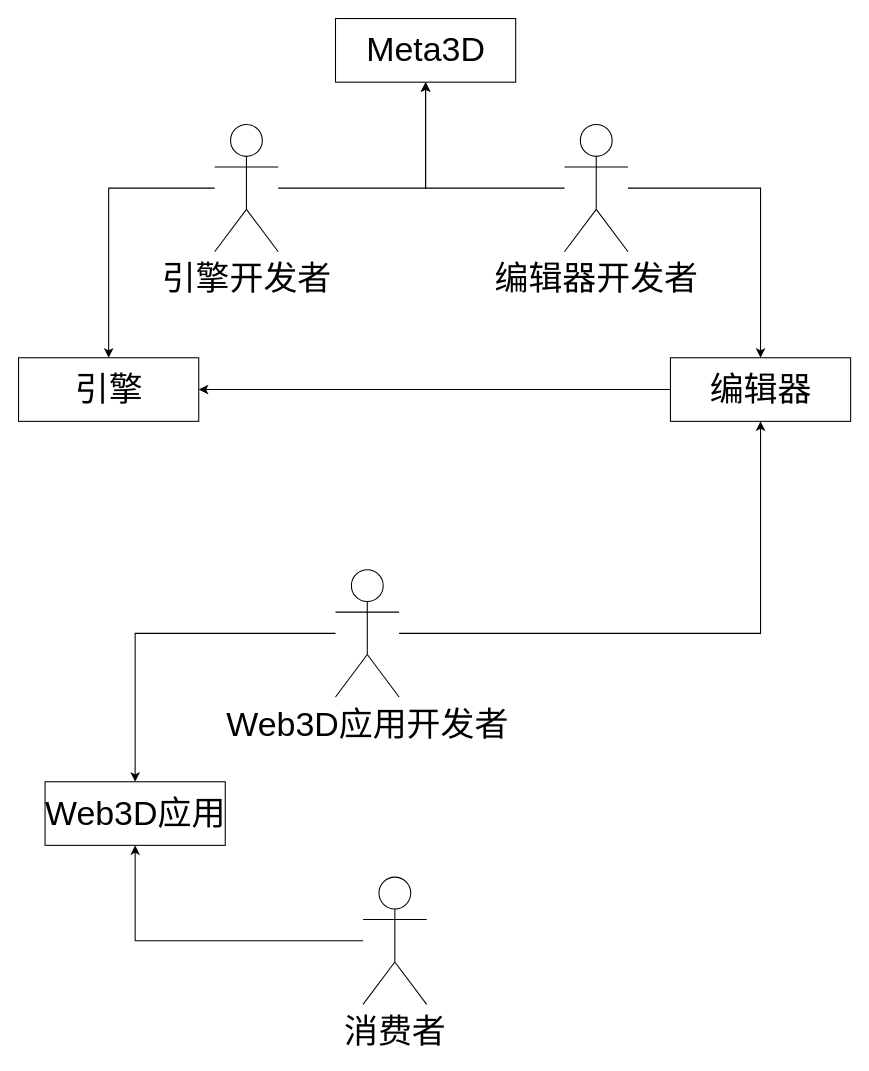
Before: doc/用户上下文关系.drawio in Meta3D-Technology/Meta3D, a draw.io diagram. Source tidied: cells renumbered, new cells numbered last; positions are measured from the earlier drawing's top-left corner, leaving out a move shared by most shapes. Both pictures are drawn from the tidied source at 106%, with x=0, y=0 at pixel (18, 18).
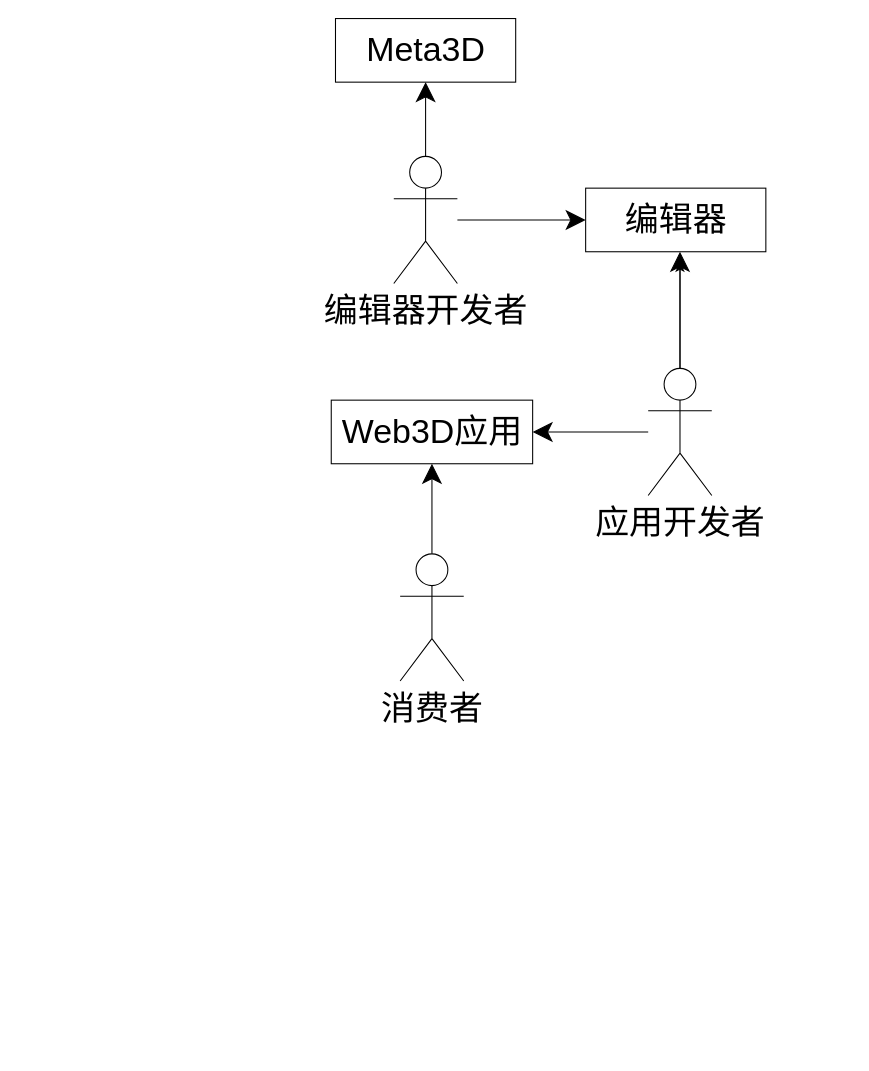
After the change.

What changed in the source:
```diff
@@
 <mxGraphModel>
   <root>
     <mxCell id="0" />
     <mxCell id="1" parent="0" />
-    <mxCell id="2" style="edgeStyle=orthogonalEdgeStyle;rounded=0;jettySize=auto;html=1;entryX=0.5;entryY=1;entryDx=0;entryDy=0;" parent="1" edge="1" source="4" target="5">
-      <mxGeometry relative="1" as="geometry" />
-    </mxCell>
-    <mxCell id="3" style="edgeStyle=orthogonalEdgeStyle;rounded=0;jettySize=auto;html=1;entryX=0.5;entryY=0;entryDx=0;entryDy=0;" parent="1" edge="1" source="4" target="11">
-      <mxGeometry relative="1" as="geometry" />
-    </mxCell>
-    <mxCell id="4" value="引擎开发者" style="shape=umlActor;verticalLabelPosition=bottom;verticalAlign=top;html=1;outlineConnect=0;fontSize=32;" parent="1" vertex="1">
-      <mxGeometry x="185" y="100" width="60" height="120" as="geometry" />
-    </mxCell>
     <mxCell id="5" value="Meta3D" style="html=1;fontSize=32;" parent="1" vertex="1">
       <mxGeometry x="299" width="170" height="60" as="geometry" />
     </mxCell>
-    <mxCell id="6" style="edgeStyle=orthogonalEdgeStyle;rounded=0;jettySize=auto;html=1;entryX=0.5;entryY=1;entryDx=0;entryDy=0;" parent="1" edge="1" source="8" target="16">
-      <mxGeometry relative="1" as="geometry" />
+    <mxCell id="6" style="edgeStyle=orthogonalEdgeStyle;rounded=0;jettySize=auto;html=1;entryX=0.5;entryY=1;entryDx=0;entryDy=0;" parent="1" edge="1" source="8">
+      <mxGeometry relative="1" as="geometry">
+        <mxPoint x="624" y="230" as="targetPoint" />
+      </mxGeometry>
     </mxCell>
-    <mxCell id="7" style="edgeStyle=orthogonalEdgeStyle;rounded=0;jettySize=auto;html=1;" parent="1" edge="1" source="8" target="17">
+    <mxCell id="7" style="edgeStyle=orthogonalEdgeStyle;rounded=0;jettySize=auto;html=1;endSize=16;startSize=16;" parent="1" edge="1" source="8" target="17">
       <mxGeometry relative="1" as="geometry" />
     </mxCell>
+    <mxCell id="18" style="edgeStyle=orthogonalEdgeStyle;rounded=0;jettySize=auto;html=1;endSize=16;startSize=16;" parent="1" edge="1" source="8">
+      <mxGeometry relative="1" as="geometry">
+        <mxPoint x="624" y="220" as="targetPoint" />
+      </mxGeometry>
+    </mxCell>
-    <mxCell id="8" value="Web3D应用开发者" style="shape=umlActor;verticalLabelPosition=bottom;verticalAlign=top;html=1;outlineConnect=0;fontSize=32;" parent="1" vertex="1">
-      <mxGeometry x="299" y="520" width="60" height="120" as="geometry" />
+    <mxCell id="8" value="应用开发者" style="shape=umlActor;verticalLabelPosition=bottom;verticalAlign=top;html=1;outlineConnect=0;fontSize=32;" parent="1" vertex="1">
+      <mxGeometry x="594" y="330" width="60" height="120" as="geometry" />
     </mxCell>
-    <mxCell id="9" style="edgeStyle=orthogonalEdgeStyle;rounded=0;jettySize=auto;html=1;entryX=0.5;entryY=1;entryDx=0;entryDy=0;" parent="1" edge="1" source="10" target="17">
+    <mxCell id="9" style="edgeStyle=orthogonalEdgeStyle;rounded=0;jettySize=auto;html=1;entryX=0.5;entryY=1;entryDx=0;entryDy=0;endSize=16;startSize=16;" parent="1" edge="1" source="10" target="17">
       <mxGeometry relative="1" as="geometry" />
     </mxCell>
     <mxCell id="10" value="消费者" style="shape=umlActor;verticalLabelPosition=bottom;verticalAlign=top;html=1;outlineConnect=0;fontSize=32;" parent="1" vertex="1">
-      <mxGeometry x="325" y="810" width="60" height="120" as="geometry" />
+      <mxGeometry x="360" y="505" width="60" height="120" as="geometry" />
     </mxCell>
-    <mxCell id="11" value="引擎" style="html=1;fontSize=32;" parent="1" vertex="1">
-      <mxGeometry y="320" width="170" height="60" as="geometry" />
-    </mxCell>
-    <mxCell id="12" style="edgeStyle=orthogonalEdgeStyle;rounded=0;jettySize=auto;html=1;entryX=0.5;entryY=1;entryDx=0;entryDy=0;" parent="1" edge="1" source="14" target="5">
+    <mxCell id="12" style="edgeStyle=orthogonalEdgeStyle;rounded=0;jettySize=auto;html=1;entryX=0.5;entryY=1;entryDx=0;entryDy=0;endSize=16;startSize=16;" parent="1" edge="1" source="14" target="5">
       <mxGeometry relative="1" as="geometry" />
     </mxCell>
-    <mxCell id="13" style="edgeStyle=orthogonalEdgeStyle;rounded=0;jettySize=auto;html=1;" parent="1" edge="1" source="14" target="16">
+    <mxCell id="13" style="edgeStyle=orthogonalEdgeStyle;rounded=0;jettySize=auto;html=1;endSize=16;startSize=16;" parent="1" edge="1" source="14" target="16">
       <mxGeometry relative="1" as="geometry" />
     </mxCell>
     <mxCell id="14" value="编辑器开发者" style="shape=umlActor;verticalLabelPosition=bottom;verticalAlign=top;html=1;outlineConnect=0;fontSize=32;" parent="1" vertex="1">
-      <mxGeometry x="515" y="100" width="60" height="120" as="geometry" />
+      <mxGeometry x="354" y="130" width="60" height="120" as="geometry" />
     </mxCell>
-    <mxCell id="15" style="edgeStyle=orthogonalEdgeStyle;rounded=0;jettySize=auto;html=1;" parent="1" edge="1" source="16" target="11">
-      <mxGeometry relative="1" as="geometry" />
-    </mxCell>
     <mxCell id="16" value="编辑器" style="html=1;fontSize=32;" parent="1" vertex="1">
-      <mxGeometry x="615" y="320" width="170" height="60" as="geometry" />
+      <mxGeometry x="535" y="160" width="170" height="60" as="geometry" />
     </mxCell>
     <mxCell id="17" value="Web3D应用" style="html=1;fontSize=32;" parent="1" vertex="1">
-      <mxGeometry x="25" y="720" width="170" height="60" as="geometry" />
+      <mxGeometry x="295" y="360" width="190" height="60" as="geometry" />
     </mxCell>
   </root>
 </mxGraphModel>
```
